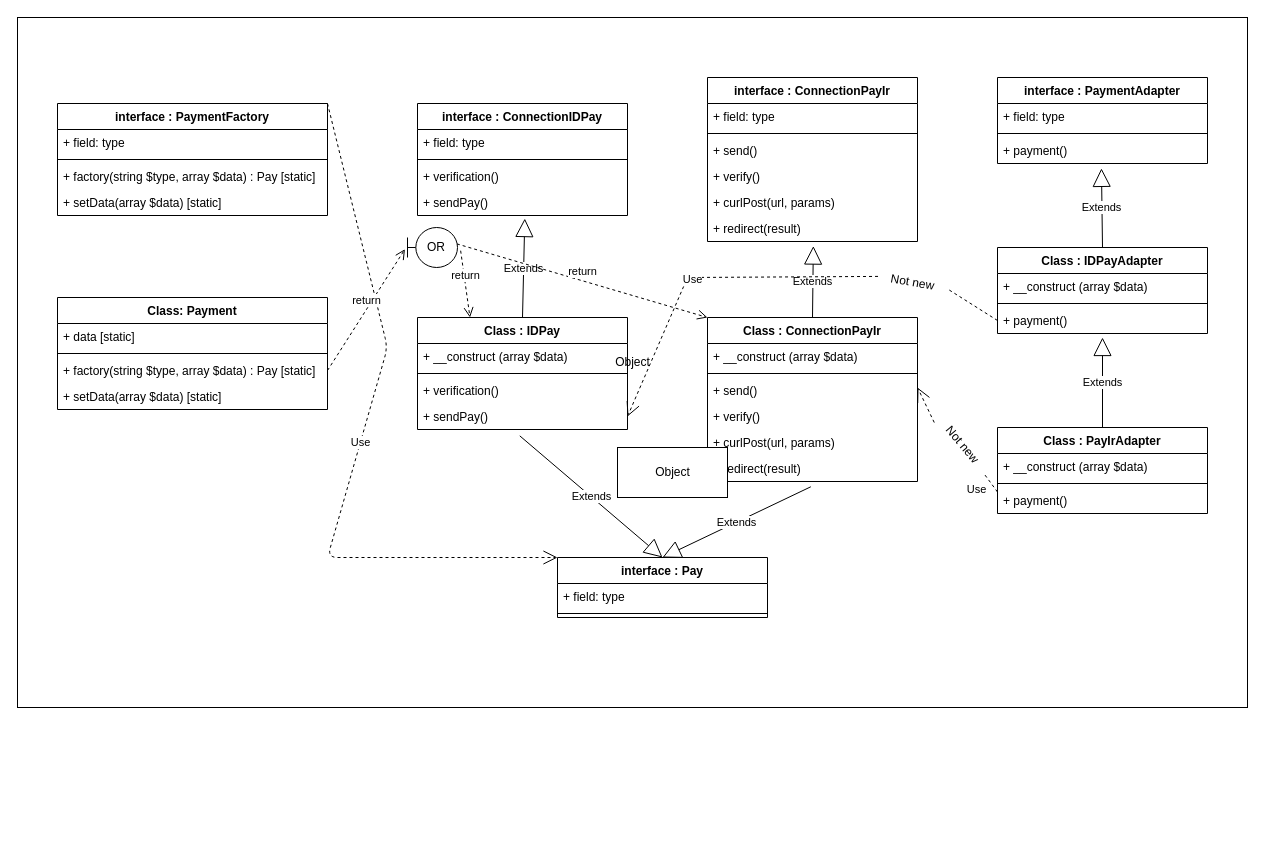
Before: app/Pattern/ConnectPayment/.drawio in sina1010anis/setup_laravel_DO, a draw.io diagram. Source tidied: cells renumbered, new cells numbered last; positions are measured from the earlier drawing's top-left corner, leaving out a move shared by most shapes. Both pictures are drawn from the tidied source at 100%, with x=0, y=0 at pixel (17, 17).
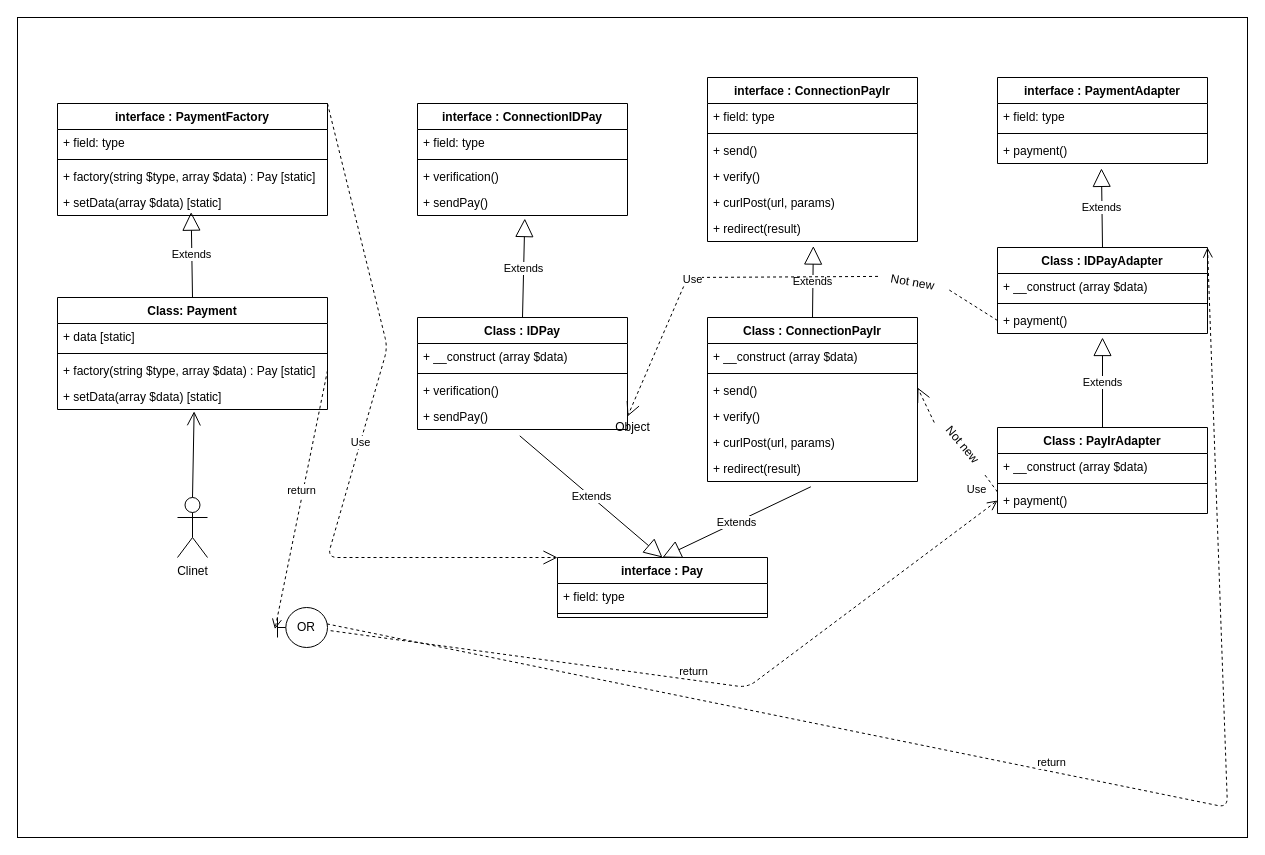
Above is the later version.

The change refers to these unchanged cells:
```xml
<mxCell id="15" value="Class : IDPay" style="swimlane;fontStyle=1;align=center;verticalAlign=top;horizontal=1;startSize=26;" parent="1" vertex="1">
  <mxGeometry x="400" y="300" width="210" height="112" as="geometry" />
</mxCell>
<mxCell id="20" value="Class : ConnectionPayIr" style="swimlane;fontStyle=1;align=center;verticalAlign=top;horizontal=1;startSize=26;" parent="1" vertex="1">
  <mxGeometry x="690" y="300" width="210" height="164" as="geometry" />
</mxCell>
<mxCell id="38" value="Class : IDPayAdapter" style="swimlane;fontStyle=1;align=center;verticalAlign=top;horizontal=1;startSize=26;" parent="1" vertex="1">
  <mxGeometry x="980" y="230" width="210" height="86" as="geometry" />
</mxCell>
<mxCell id="45" value="+ payment()" style="text;strokeColor=none;fillColor=none;align=left;verticalAlign=top;spacingLeft=4;spacingRight=4;overflow=hidden;points=[[0,0.5],[1,0.5]];portConstraint=eastwest;" parent="42" vertex="1">
  <mxGeometry y="60" width="210" height="26" as="geometry" />
</mxCell>
<mxCell id="58" value="+ setData(array $data) [static]" style="text;strokeColor=none;fillColor=none;align=left;verticalAlign=top;spacingLeft=4;spacingRight=4;overflow=hidden;points=[[0,0.5],[1,0.5]];portConstraint=eastwest;" parent="54" vertex="1">
  <mxGeometry y="86" width="270" height="26" as="geometry" />
</mxCell>
<mxCell id="60" value="Class: Payment" style="swimlane;fontStyle=1;align=center;verticalAlign=top;horizontal=1;startSize=26;" parent="1" vertex="1">
  <mxGeometry x="40" y="280" width="270" height="112" as="geometry" />
</mxCell>
<mxCell id="64" value="+ setData(array $data) [static]" style="text;strokeColor=none;fillColor=none;align=left;verticalAlign=top;spacingLeft=4;spacingRight=4;overflow=hidden;points=[[0,0.5],[1,0.5]];portConstraint=eastwest;" parent="60" vertex="1">
  <mxGeometry y="86" width="270" height="26" as="geometry" />
</mxCell>
```

The edit, as a diff of the source:
```diff
@@
     <mxCell id="2" value="Object" style="html=1;" parent="1" vertex="1">
-      <mxGeometry width="1230" height="690" as="geometry" />
+      <mxGeometry width="1230" height="820" as="geometry" />
     </mxCell>
@@
     <mxCell id="65" value="OR" style="shape=umlBoundary;whiteSpace=wrap;html=1;" parent="1" vertex="1">
-      <mxGeometry x="390" y="210" width="50" height="40" as="geometry" />
+      <mxGeometry x="260" y="590" width="50" height="40" as="geometry" />
     </mxCell>
@@
-    <mxCell id="67" value="return" style="html=1;verticalAlign=bottom;endArrow=open;dashed=1;endSize=8;exitX=1.063;exitY=0.58;exitDx=0;exitDy=0;exitPerimeter=0;entryX=0.25;entryY=0;entryDx=0;entryDy=0;" parent="1" edge="1" source="65" target="15">
-      <mxGeometry relative="1" as="geometry" />
+    <mxCell id="67" value="return" style="html=1;verticalAlign=bottom;endArrow=open;dashed=1;endSize=8;exitX=1.063;exitY=0.58;exitDx=0;exitDy=0;exitPerimeter=0;entryX=0;entryY=0.5;entryDx=0;entryDy=0;" parent="1" edge="1" source="65" target="45">
+      <mxGeometry relative="1" as="geometry">
+        <Array as="points">
+          <mxPoint x="730" y="670" />
+        </Array>
+      </mxGeometry>
     </mxCell>
-    <mxCell id="68" value="return" style="html=1;verticalAlign=bottom;endArrow=open;dashed=1;endSize=8;exitX=0.988;exitY=0.41;exitDx=0;exitDy=0;exitPerimeter=0;entryX=0;entryY=0;entryDx=0;entryDy=0;" parent="1" edge="1" source="65" target="20">
-      <mxGeometry relative="1" as="geometry" />
+    <mxCell id="68" value="return" style="html=1;verticalAlign=bottom;endArrow=open;dashed=1;endSize=8;exitX=0.988;exitY=0.41;exitDx=0;exitDy=0;exitPerimeter=0;entryX=1;entryY=0;entryDx=0;entryDy=0;" parent="1" edge="1" source="65" target="38">
+      <mxGeometry relative="1" as="geometry">
+        <Array as="points">
+          <mxPoint x="1210" y="790" />
+        </Array>
+      </mxGeometry>
     </mxCell>
-    <mxCell id="69" value="Object" style="html=1;" parent="1" vertex="1">
-      <mxGeometry x="600" y="430" width="110" height="50" as="geometry" />
-    </mxCell>
+    <mxCell id="70" value="Extends" style="endArrow=block;endSize=16;endFill=0;html=1;exitX=0.5;exitY=0;exitDx=0;exitDy=0;entryX=0.495;entryY=0.871;entryDx=0;entryDy=0;entryPerimeter=0;" parent="1" edge="1" source="60" target="58">
+      <mxGeometry relative="1" as="geometry" />
+    </mxCell>
+    <mxCell id="71" value="Clinet" style="shape=umlActor;verticalLabelPosition=bottom;verticalAlign=top;html=1;" parent="1" vertex="1">
+      <mxGeometry x="160" y="480" width="30" height="60" as="geometry" />
+    </mxCell>
+    <mxCell id="72" style="endArrow=open;endFill=1;endSize=12;html=1;exitX=0.5;exitY=0;exitDx=0;exitDy=0;exitPerimeter=0;entryX=0.506;entryY=1.069;entryDx=0;entryDy=0;entryPerimeter=0;" parent="1" edge="1" source="71" target="64">
+      <mxGeometry relative="1" as="geometry" />
+    </mxCell>
```
